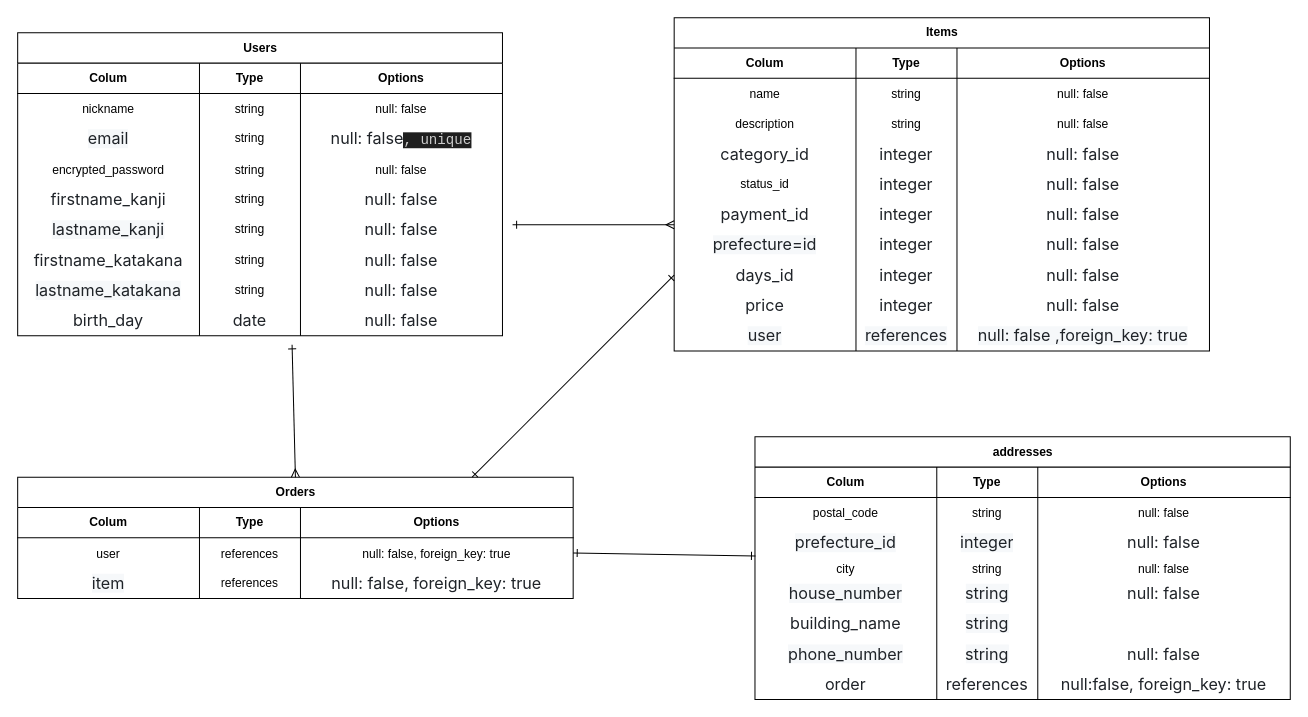
This is furima.dio from naosudo/furima-42191, a draw.io file, before an edit. Source tidied: cells renumbered, new cells numbered last; positions are measured from the earlier drawing's top-left corner, leaving out a move shared by most shapes. Both pictures are drawn from the tidied source at 101%, with x=0, y=0 at pixel (17, 17).
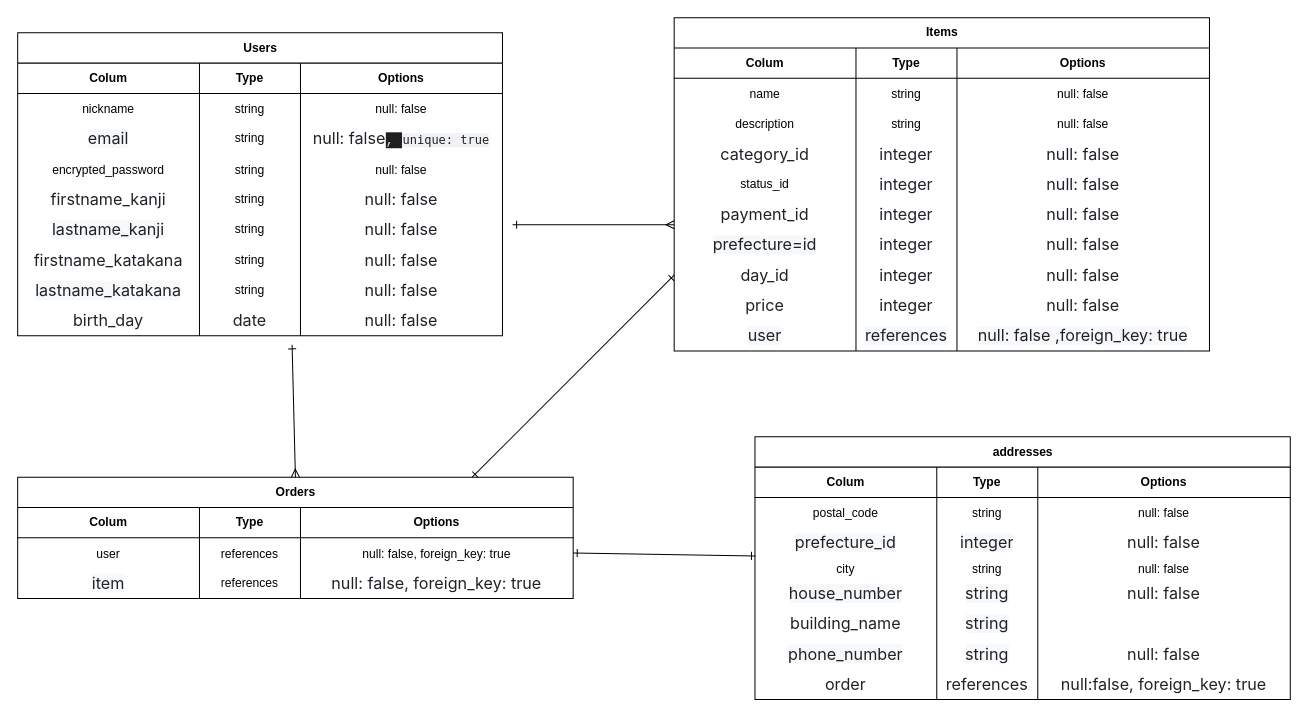
The same page after the edit.

Unchanged cells that the change refers to:
```xml
<mxCell id="31" style="shape=tableRow;horizontal=0;startSize=0;swimlaneHead=0;swimlaneBody=0;fillColor=none;points=[[0,0.5],[1,0.5]];portConstraint=eastwest;top=0;left=0;right=0;bottom=0;" parent="2" vertex="1">
  <mxGeometry y="240" width="530" height="30" as="geometry" />
</mxCell>
<mxCell id="52" style="shape=tableRow;horizontal=0;startSize=0;swimlaneHead=0;swimlaneBody=0;fillColor=none;top=0;left=0;right=0;bottom=0;" parent="43" vertex="1">
  <mxGeometry y="90" width="480" height="30" as="geometry" />
</mxCell>
```

Diff of the diagram source:
```diff
@@
-    <mxCell id="32" value="&lt;span style=&quot;color: rgb(31, 35, 40); font-family: -apple-system, BlinkMacSystemFont, &amp;quot;Segoe UI&amp;quot;, &amp;quot;Noto Sans&amp;quot;, Helvetica, Arial, sans-serif, &amp;quot;Apple Color Emoji&amp;quot;, &amp;quot;Segoe UI Emoji&amp;quot;; font-size: 16px; text-align: start; background-color: rgb(255, 255, 255);&quot;&gt;days_id&lt;/span&gt;" style="shape=partialRectangle;fillColor=none;top=0;left=0;bottom=0;right=0;overflow=hidden;whiteSpace=wrap;html=1;" parent="31" vertex="1">
+    <mxCell id="32" value="&lt;span style=&quot;color: rgb(31, 35, 40); font-family: -apple-system, BlinkMacSystemFont, &amp;quot;Segoe UI&amp;quot;, &amp;quot;Noto Sans&amp;quot;, Helvetica, Arial, sans-serif, &amp;quot;Apple Color Emoji&amp;quot;, &amp;quot;Segoe UI Emoji&amp;quot;; font-size: 16px; text-align: start; background-color: rgb(255, 255, 255);&quot;&gt;day_id&lt;/span&gt;" style="shape=partialRectangle;fillColor=none;top=0;left=0;bottom=0;right=0;overflow=hidden;whiteSpace=wrap;html=1;" parent="31" vertex="1">
       <mxGeometry width="180" height="30" as="geometry" />
     </mxCell>
@@
-    <mxCell id="55" value="&lt;span style=&quot;color: rgb(31, 35, 40); font-family: -apple-system, BlinkMacSystemFont, &amp;quot;Segoe UI&amp;quot;, &amp;quot;Noto Sans&amp;quot;, Helvetica, Arial, sans-serif, &amp;quot;Apple Color Emoji&amp;quot;, &amp;quot;Segoe UI Emoji&amp;quot;; font-size: 16px; text-align: start; background-color: rgb(255, 255, 255);&quot;&gt;null: false&lt;/span&gt;&lt;span style=&quot;color: rgb(204, 204, 204); background-color: rgb(31, 31, 31); font-family: Consolas, &amp;quot;Courier New&amp;quot;, monospace; font-size: 14px; white-space: pre;&quot;&gt;, unique&lt;/span&gt;" style="shape=partialRectangle;fillColor=none;top=0;left=0;bottom=0;right=0;overflow=hidden;whiteSpace=wrap;html=1;" parent="52" vertex="1">
+    <mxCell id="55" value="&lt;span style=&quot;color: rgb(31, 35, 40); font-family: -apple-system, BlinkMacSystemFont, &amp;quot;Segoe UI&amp;quot;, &amp;quot;Noto Sans&amp;quot;, Helvetica, Arial, sans-serif, &amp;quot;Apple Color Emoji&amp;quot;, &amp;quot;Segoe UI Emoji&amp;quot;; font-size: 16px; text-align: start; background-color: rgb(255, 255, 255);&quot;&gt;null: false&lt;/span&gt;&lt;span style=&quot;color: rgb(204, 204, 204); background-color: rgb(31, 31, 31); font-family: Consolas, &amp;quot;Courier New&amp;quot;, monospace; font-size: 14px; white-space: pre;&quot;&gt;, &lt;/span&gt;&lt;span style=&quot;color: rgb(31, 35, 40); font-family: &amp;quot;Monaspace Neon&amp;quot;, ui-monospace, SFMono-Regular, &amp;quot;SF Mono&amp;quot;, Menlo, Consolas, &amp;quot;Liberation Mono&amp;quot;, monospace; font-size: 11.9px; text-align: start; white-space-collapse: break-spaces; background-color: rgba(129, 139, 152, 0.12);&quot;&gt;unique: true&lt;/span&gt;" style="shape=partialRectangle;fillColor=none;top=0;left=0;bottom=0;right=0;overflow=hidden;whiteSpace=wrap;html=1;" parent="52" vertex="1">
       <mxGeometry x="280" width="200" height="30" as="geometry" />
     </mxCell>
```
